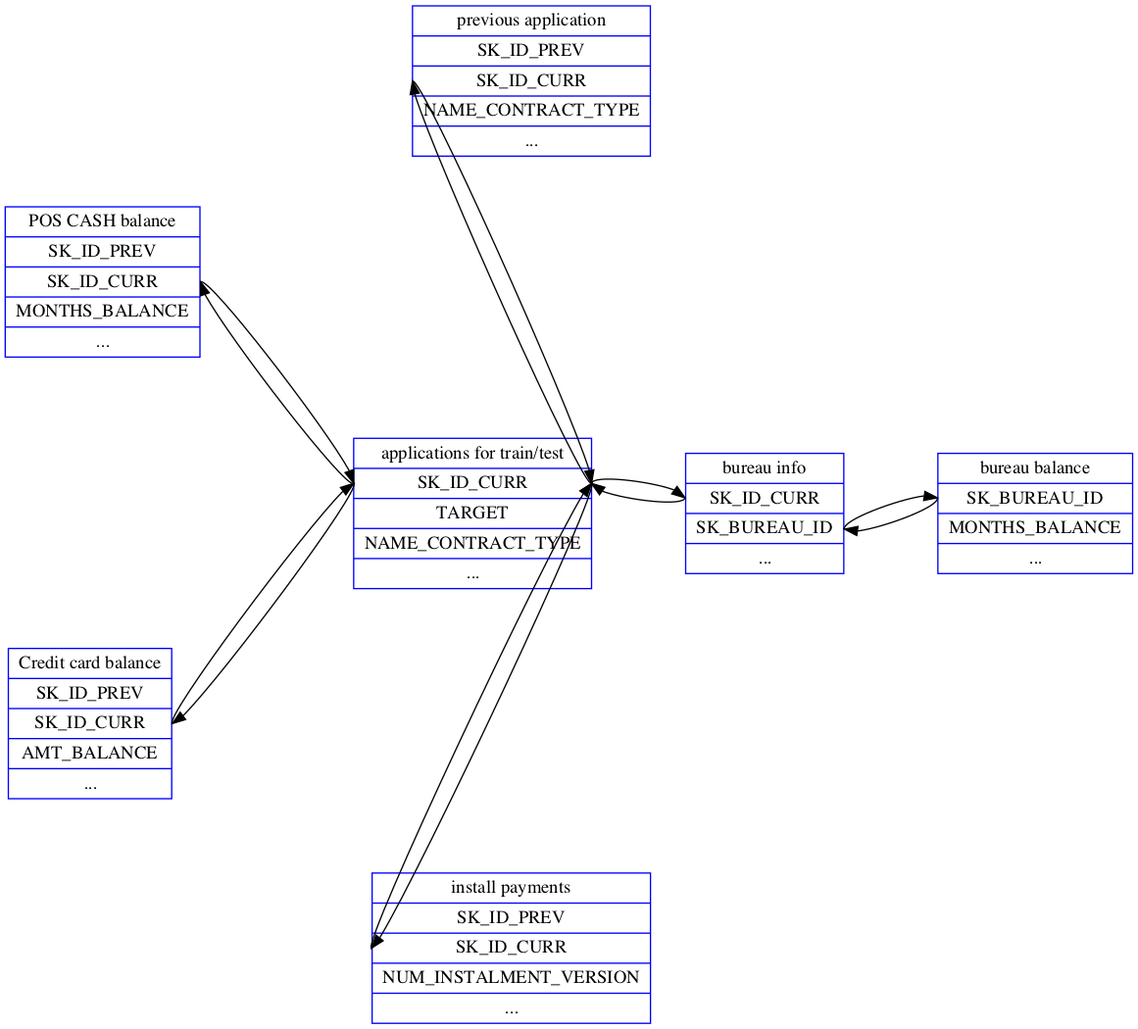
Above: homeCredit/DataStructure.png in zheddie/mloni (Graphviz), before the change. Its source is kept beside it as homeCredit/DataStructure.gv. Source of this version:
```dot
digraph structs {
    node [shape=record];

    apptrain [color = blue,label="<f1> applications for train/test|<f2> SK_ID_CURR| <f3> TARGET| <F4> NAME_CONTRACT_TYPE| ..."];
    bureau [color = blue,label="<f1> bureau info|<f2> SK_ID_CURR | <f3> SK_BUREAU_ID|..."];
    bbalance [color = blue,label="<f1> bureau balance|<f2> SK_BUREAU_ID | <f3> MONTHS_BALANCE|..."];
    preapp [color = blue,label="<f1> previous application|<f2> SK_ID_PREV | <f3> SK_ID_CURR|<f4> NAME_CONTRACT_TYPE| ..."];
    pcbalance [color = blue,label="<f1> POS CASH balance|<f2> SK_ID_PREV | <f3> SK_ID_CURR| <f4>MONTHS_BALANCE |..."];
    ccbalance [color = blue,label="<f1> Credit card balance|<f2> SK_ID_PREV | <f3> SK_ID_CURR| <f4>AMT_BALANCE |..."];
    inspayments [color = blue,label="<f1> install payments|<f2> SK_ID_PREV | <f3> SK_ID_CURR| <f4>NUM_INSTALMENT_VERSION |..."];

    apptrain:f2 -> bureau:f2;
    bureau:f2 -> apptrain:f2;

    bureau:f3 ->bbalance:f2;
    bbalance:f2 ->bureau:f3;

    apptrain:f2 ->preapp:f3;
    preapp:f3 ->apptrain:f2;

    apptrain:f2 ->pcbalance:f3;
    pcbalance:f3 ->apptrain:f2;

    apptrain:f2->ccbalance:f3;
    ccbalance:f3->apptrain:f2;

    apptrain:f2->inspayments:f3;
    inspayments:f3->apptrain:f2;

    rankdir=LR;
}
```
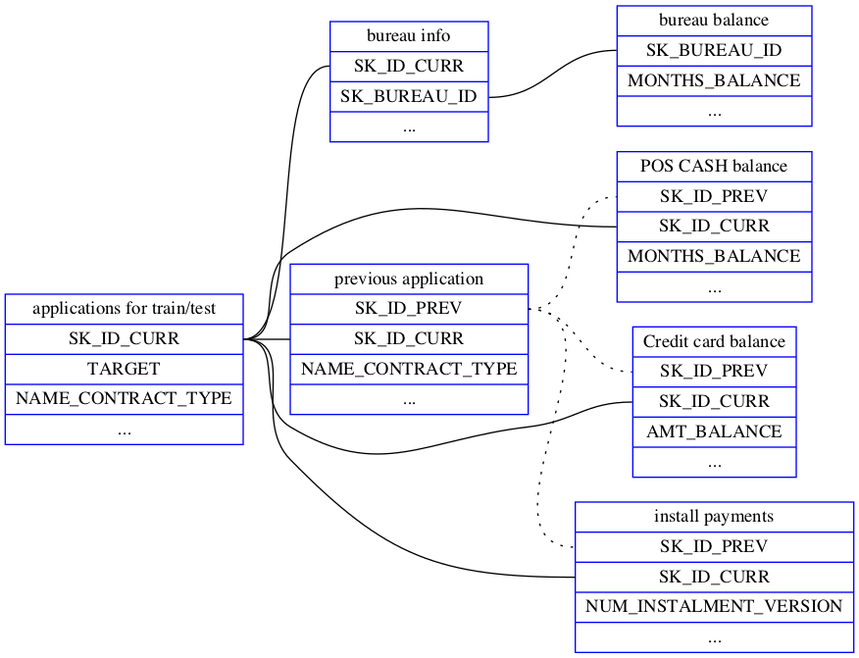
The same diagram one commit later.

Commit message:
refine the datastructure

Diff of the diagram source:
```diff
@@ -9,23 +9,18 @@
     ccbalance [color = blue,label="<f1> Credit card balance|<f2> SK_ID_PREV | <f3> SK_ID_CURR| <f4>AMT_BALANCE |..."];
     inspayments [color = blue,label="<f1> install payments|<f2> SK_ID_PREV | <f3> SK_ID_CURR| <f4>NUM_INSTALMENT_VERSION |..."];
 
-    apptrain:f2 -> bureau:f2;
-    bureau:f2 -> apptrain:f2;
+    apptrain:f2 -> bureau:f2 [arrowhead=none];
+    bureau:f3 -> bbalance:f2 [arrowhead=none];
+    apptrain:f2 -> preapp:f3 [arrowhead=none];
+    apptrain:f2 -> pcbalance:f3 [arrowhead=none];
+    apptrain:f2->ccbalance:f3 [arrowhead=none];
+    apptrain:f2->inspayments:f3 [arrowhead=none];
 
-    bureau:f3 ->bbalance:f2;
-    bbalance:f2 ->bureau:f3;
+    preapp:f2 -> pcbalance:f2 [arrowhead=none,style=dotted];
+    preapp:f2 -> ccbalance:f2 [arrowhead=none,style=dotted];
+    preapp:f2 -> inspayments:f2 [arrowhead=none,style=dotted];
 
-    apptrain:f2 ->preapp:f3;
-    preapp:f3 ->apptrain:f2;
 
-    apptrain:f2 ->pcbalance:f3;
-    pcbalance:f3 ->apptrain:f2;
-
-    apptrain:f2->ccbalance:f3;
-    ccbalance:f3->apptrain:f2;
-
-    apptrain:f2->inspayments:f3;
-    inspayments:f3->apptrain:f2;
 
     rankdir=LR;
 }
```
